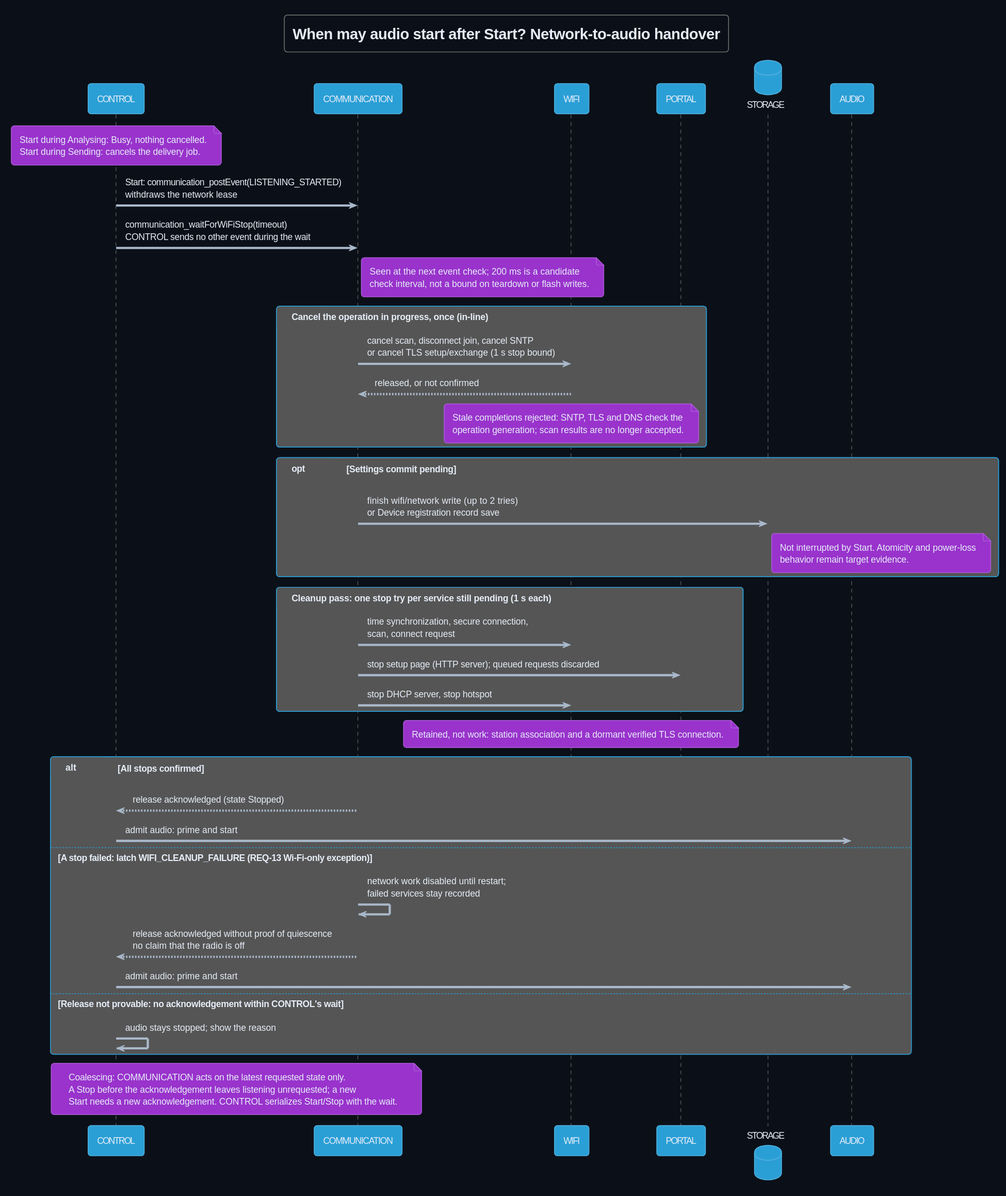
Before: Development/system/design/COMMUNICATION/rendered/network_audio_handover.svg, a diagram exported from PlantUML (DemonicPsychoII/DigitalStethoscope).
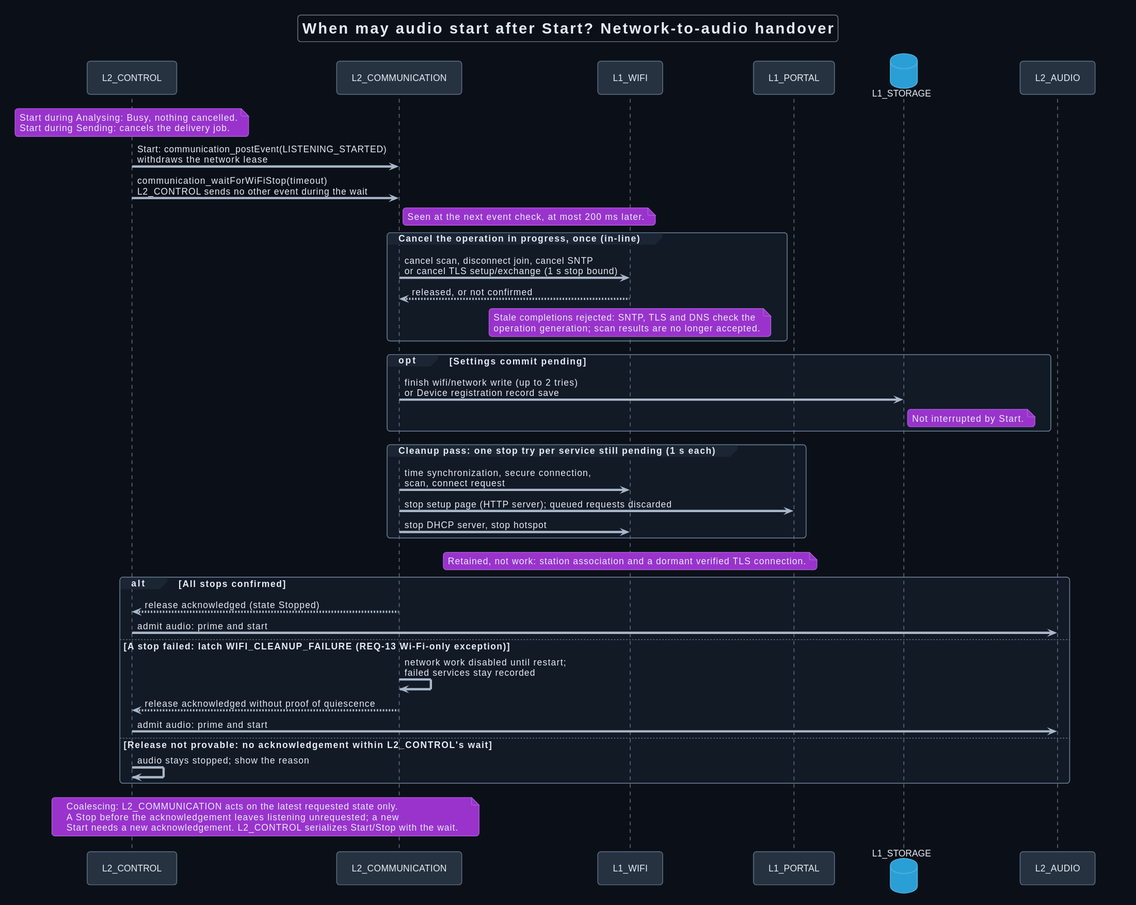
After the commit.

What changed in the source:
```diff
@@ -5,23 +5,32 @@
 skinparam backgroundColor #0b1018
 skinparam defaultFontColor #e6edf7
 skinparam ArrowColor #a9b8ca
+skinparam sequence {
+ ParticipantBackgroundColor #273241
+ ParticipantBorderColor #61738a
+ ParticipantFontColor #e6edf7
+ LifeLineBorderColor #61738a
+ GroupBorderColor #61738a
+ GroupHeaderFontColor #e6edf7
+ GroupBackgroundColor #1b2533
+}
+skinparam sequenceGroupBodyBackGroundColor #121a26
 skinparam sequenceMessageAlign left
 title When may audio start after Start? Network-to-audio handover
-participant CONTROL
-participant COMMUNICATION
-participant WIFI
-participant PORTAL
-database STORAGE
-participant AUDIO
+participant "L2_CONTROL" as CONTROL
+participant "L2_COMMUNICATION" as COMMUNICATION
+participant "L1_WIFI" as WIFI
+participant "L1_PORTAL" as PORTAL
+database "L1_STORAGE" as STORAGE
+participant "L2_AUDIO" as AUDIO
 note over CONTROL
  Start during Analysing: Busy, nothing cancelled.
  Start during Sending: cancels the delivery job.
 end note
 CONTROL -> COMMUNICATION : Start: communication_postEvent(LISTENING_STARTED)\nwithdraws the network lease
-CONTROL -> COMMUNICATION : communication_waitForWiFiStop(timeout)\nCONTROL sends no other event during the wait
+CONTROL -> COMMUNICATION : communication_waitForWiFiStop(timeout)\nL2_CONTROL sends no other event during the wait
 note right of COMMUNICATION
- Seen at the next event check; 200 ms is a candidate
- check interval, not a bound on teardown or flash writes.
+ Seen at the next event check, at most 200 ms later.
 end note
 group Cancel the operation in progress, once (in-line)
  COMMUNICATION -> WIFI : cancel scan, disconnect join, cancel SNTP\nor cancel TLS setup/exchange (1 s stop bound)
@@ -34,8 +43,7 @@
 opt Settings commit pending
  COMMUNICATION -> STORAGE : finish wifi/network write (up to 2 tries)\nor Device registration record save
  note right of STORAGE
-  Not interrupted by Start. Atomicity and power-loss
-  behavior remain target evidence.
+  Not interrupted by Start.
  end note
 end
 group Cleanup pass: one stop try per service still pending (1 s each)
@@ -51,14 +59,14 @@
  CONTROL -> AUDIO : admit audio: prime and start
 else A stop failed: latch WIFI_CLEANUP_FAILURE (REQ-13 Wi-Fi-only exception)
  COMMUNICATION -> COMMUNICATION : network work disabled until restart;\nfailed services stay recorded
- COMMUNICATION --> CONTROL : release acknowledged without proof of quiescence\nno claim that the radio is off
+ COMMUNICATION --> CONTROL : release acknowledged without proof of quiescence
  CONTROL -> AUDIO : admit audio: prime and start
-else Release not provable: no acknowledgement within CONTROL's wait
+else Release not provable: no acknowledgement within L2_CONTROL's wait
  CONTROL -> CONTROL : audio stays stopped; show the reason
 end
 note over CONTROL, COMMUNICATION
- Coalescing: COMMUNICATION acts on the latest requested state only.
+ Coalescing: L2_COMMUNICATION acts on the latest requested state only.
  A Stop before the acknowledgement leaves listening unrequested; a new
- Start needs a new acknowledgement. CONTROL serializes Start/Stop with the wait.
+ Start needs a new acknowledgement. L2_CONTROL serializes Start/Stop with the wait.
 end note
 @enduml
```
